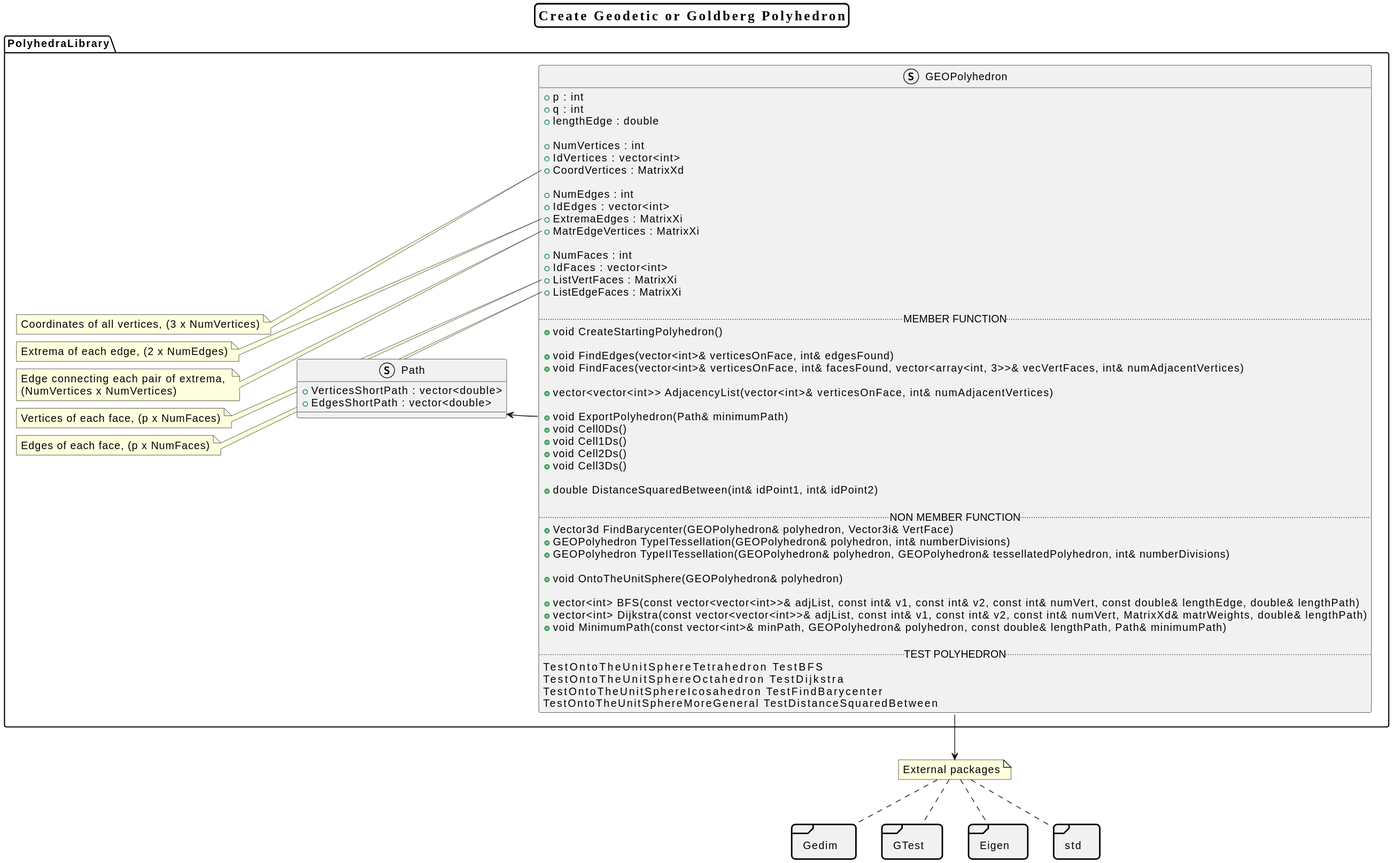
Above: Documentation/SVG_images/PolyhedraLibrary.svg in M4rc10n3/ProgettoPCS2025 (PlantUML), before the change.
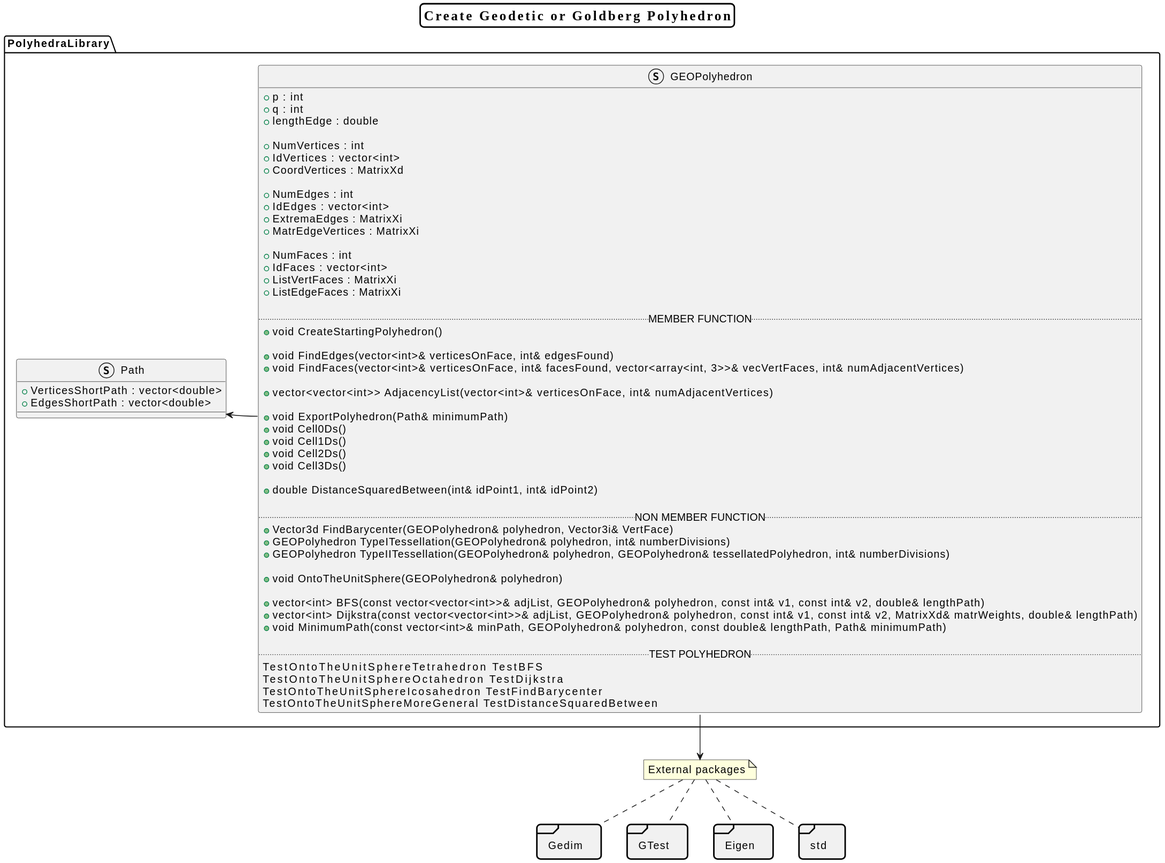
Later version of the same file.

Commit message:
PolyhedraLibrary uml

What changed in the source:
```diff
@@ -61,8 +61,8 @@
 
   + void OntoTheUnitSphere(GEOPolyhedron& polyhedron)
 
-  + vector<int> BFS(const vector<vector<int>>& adjList, const int& v1, const int& v2, const int& numVert, const double& lengthEdge, double& lengthPath)
-  + vector<int> Dijkstra(const vector<vector<int>>& adjList, const int& v1, const int& v2, const int& numVert, MatrixXd& matrWeights, double& lengthPath)
+  + vector<int> BFS(const vector<vector<int>>& adjList, GEOPolyhedron& polyhedron, const int& v1, const int& v2, double& lengthPath)
+  + vector<int> Dijkstra(const vector<vector<int>>& adjList, GEOPolyhedron& polyhedron, const int& v1, const int& v2, MatrixXd& matrWeights, double& lengthPath)
   + void MinimumPath(const vector<int>& minPath, GEOPolyhedron& polyhedron, const double& lengthPath, Path& minimumPath)
 
   .. TEST POLYHEDRON ..
@@ -71,26 +71,6 @@
   TestOntoTheUnitSphereIcosahedron              TestFindBarycenter
   TestOntoTheUnitSphereMoreGeneral             TestDistanceSquaredBetween
   }
-  note left of GEOPolyhedron::CoordVertices
-  Coordinates of all vertices, (3 x NumVertices)
-  end note
-
-  note left of GEOPolyhedron::ExtremaEdges
-  Extrema of each edge, (2 x NumEdges)
-  end note
-
-  note left of GEOPolyhedron::MatrEdgeVertices
-  Edge connecting each pair of extrema,
-  (NumVertices x NumVertices)
-  end note
-
-  note left of GEOPolyhedron::ListVertFaces
-  Vertices of each face, (p x NumFaces)
-  end note
-
-  note left of GEOPolyhedron::ListEdgeFaces
-  Edges of each face, (p x NumFaces)
-  end note
 
 struct Path {
   + VerticesShortPath : vector<double>
```
